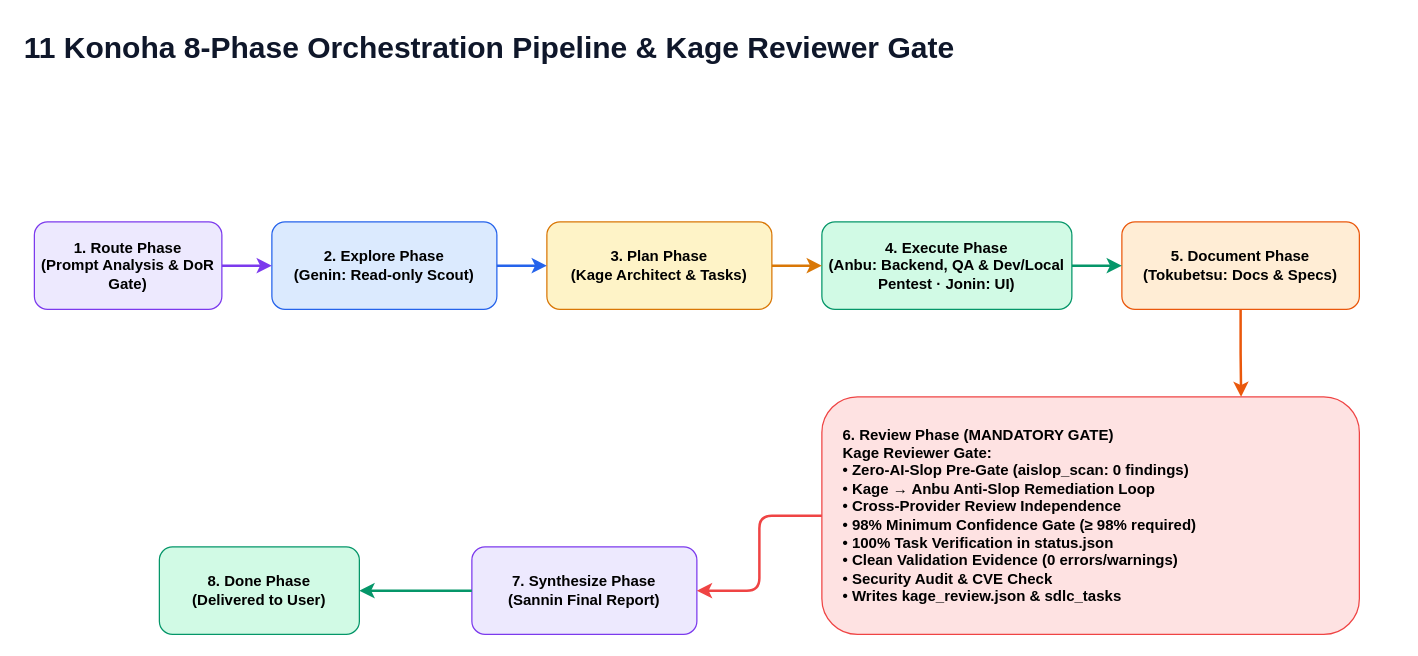
andycungkrinx91/konoha keeps this draw.io diagram as page "11 Kage Pre-Delivery Reviewer Workflow Gate" (11 of 15) of docs/diagrams/konoha-architecture.drawio. Above is the earlier version. Source tidied: cells renumbered, new cells numbered last; positions are measured from the earlier drawing's top-left corner, leaving out a move shared by most shapes. Both pictures are drawn from the tidied source at 125%, with x=0, y=0 at pixel (21, 21).
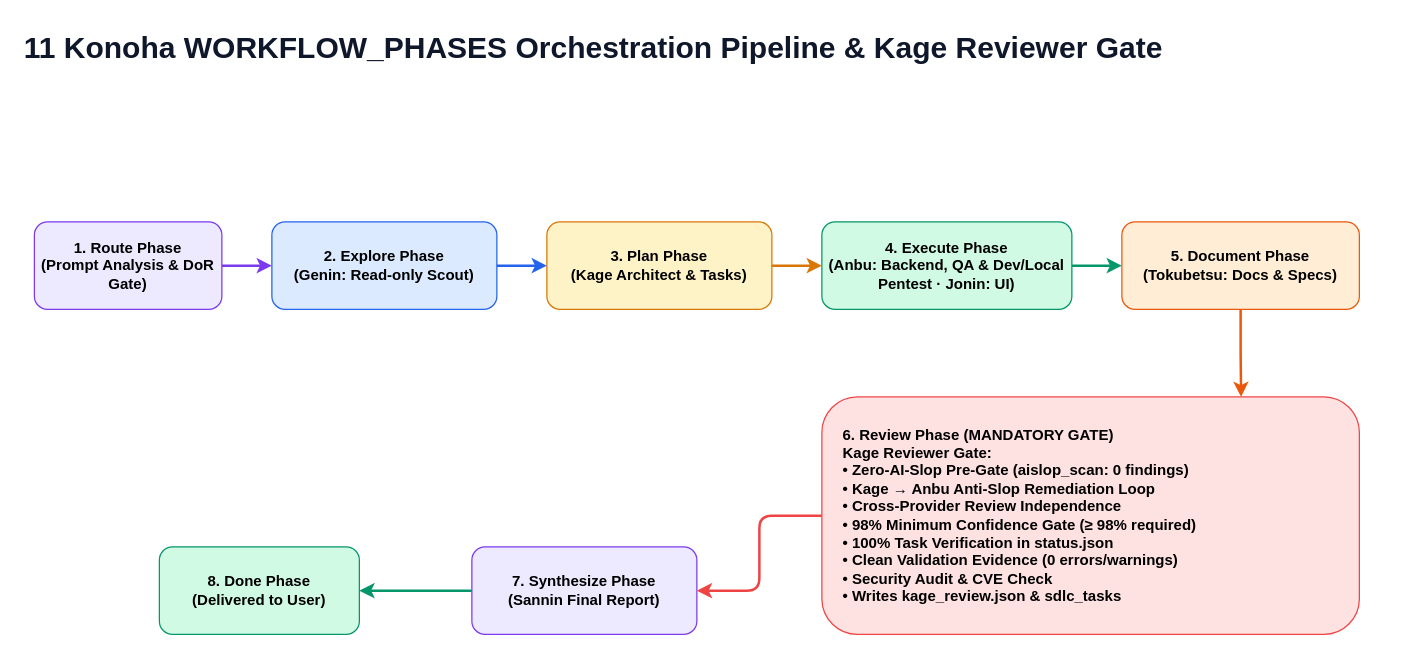
The same page after the edit.

Change to the diagram source:
```diff
@@
 <mxGraphModel>
   <root>
     <mxCell id="0" />
     <mxCell id="1" parent="0" />
-    <mxCell id="2" value="11 Konoha 8-Phase Orchestration Pipeline &amp; Kage Reviewer Gate" style="text;html=1;strokeColor=none;fillColor=none;fontColor=#0f172a;fontSize=24;fontStyle=1;align=left;" parent="1" vertex="1">
+    <mxCell id="2" value="11 Konoha WORKFLOW_PHASES Orchestration Pipeline &amp; Kage Reviewer Gate" style="text;html=1;strokeColor=none;fillColor=none;fontColor=#0f172a;fontSize=24;fontStyle=1;align=left;" parent="1" vertex="1">
       <mxGeometry width="1100" height="40" as="geometry" />
     </mxCell>
     <mxCell id="3" value="1. Route Phase&#10;(Prompt Analysis &amp; DoR Gate)" style="rounded=1;html=1;whiteSpace=wrap;fillColor=#ede9fe;strokeColor=#7c3aed;fontStyle=1;align=center;" parent="1" vertex="1">
       <mxGeometry x="10" y="160" width="150" height="70" as="geometry" />
     </mxCell>
     <mxCell id="4" value="2. Explore Phase&#10;(Genin: Read-only Scout)" style="rounded=1;html=1;whiteSpace=wrap;fillColor=#dbeafe;strokeColor=#2563eb;fontStyle=1;align=center;" parent="1" vertex="1">
       <mxGeometry x="200" y="160" width="180" height="70" as="geometry" />
     </mxCell>
     <mxCell id="5" value="3. Plan Phase&#10;(Kage Architect &amp; Tasks)" style="rounded=1;html=1;whiteSpace=wrap;fillColor=#fef3c7;strokeColor=#d97706;fontStyle=1;align=center;" parent="1" vertex="1">
       <mxGeometry x="420" y="160" width="180" height="70" as="geometry" />
     </mxCell>
     <mxCell id="6" value="4. Execute Phase&#10;(Anbu: Backend, QA &amp; Dev/Local Pentest · Jonin: UI)" style="rounded=1;html=1;whiteSpace=wrap;fillColor=#d1fae5;strokeColor=#059669;fontStyle=1;align=center;" parent="1" vertex="1">
       <mxGeometry x="640" y="160" width="200" height="70" as="geometry" />
     </mxCell>
     <mxCell id="7" value="5. Document Phase&#10;(Tokubetsu: Docs &amp; Specs)" style="rounded=1;html=1;whiteSpace=wrap;fillColor=#ffedd5;strokeColor=#ea580c;fontStyle=1;align=center;" parent="1" vertex="1">
       <mxGeometry x="880" y="160" width="190" height="70" as="geometry" />
     </mxCell>
     <mxCell id="8" value="6. Review Phase (MANDATORY GATE)&#10;Kage Reviewer Gate:&#10;• Zero-AI-Slop Pre-Gate (aislop_scan: 0 findings)&#10;• Kage → Anbu Anti-Slop Remediation Loop&#10;• Cross-Provider Review Independence&#10;• 98% Minimum Confidence Gate (≥ 98% required)&#10;• 100% Task Verification in status.json&#10;• Clean Validation Evidence (0 errors/warnings)&#10;• Security Audit &amp; CVE Check&#10;• Writes kage_review.json &amp; sdlc_tasks" style="rounded=1;html=1;whiteSpace=wrap;fillColor=#fee2e2;strokeColor=#ef4444;fontStyle=1;align=left;spacingLeft=15;" parent="1" vertex="1">
       <mxGeometry x="640" y="300" width="430" height="190" as="geometry" />
     </mxCell>
     <mxCell id="9" value="7. Synthesize Phase&#10;(Sannin Final Report)" style="rounded=1;html=1;whiteSpace=wrap;fillColor=#ede9fe;strokeColor=#7c3aed;fontStyle=1;align=center;" parent="1" vertex="1">
       <mxGeometry x="360" y="420" width="180" height="70" as="geometry" />
     </mxCell>
     <mxCell id="10" value="8. Done Phase&#10;(Delivered to User)" style="rounded=1;html=1;whiteSpace=wrap;fillColor=#d1fae5;strokeColor=#059669;fontStyle=1;align=center;" parent="1" vertex="1">
       <mxGeometry x="110" y="420" width="160" height="70" as="geometry" />
     </mxCell>
     <mxCell id="11" style="edgeStyle=orthogonalEdgeStyle;rounded=0;html=1;strokeColor=#7c3aed;strokeWidth=2;" parent="1" edge="1" source="3" target="4">
       <mxGeometry relative="1" as="geometry" />
     </mxCell>
     <mxCell id="12" style="edgeStyle=orthogonalEdgeStyle;rounded=0;html=1;strokeColor=#2563eb;strokeWidth=2;" parent="1" edge="1" source="4" target="5">
       <mxGeometry relative="1" as="geometry" />
     </mxCell>
     <mxCell id="13" style="edgeStyle=orthogonalEdgeStyle;rounded=0;html=1;strokeColor=#d97706;strokeWidth=2;" parent="1" edge="1" source="5" target="6">
       <mxGeometry relative="1" as="geometry" />
     </mxCell>
     <mxCell id="14" style="edgeStyle=orthogonalEdgeStyle;rounded=0;html=1;strokeColor=#059669;strokeWidth=2;exitX=1;exitY=0.5;exitDx=0;exitDy=0;entryX=0;entryY=0.5;entryDx=0;entryDy=0;" parent="1" edge="1" source="6" target="7">
       <mxGeometry relative="1" as="geometry" />
     </mxCell>
     <mxCell id="15" style="edgeStyle=orthogonalEdgeStyle;rounded=0;html=1;strokeColor=#ea580c;strokeWidth=2;exitX=0.5;exitY=1;exitDx=0;exitDy=0;entryX=0.78;entryY=0;entryDx=0;entryDy=0;" parent="1" edge="1" source="7" target="8">
       <mxGeometry relative="1" as="geometry" />
     </mxCell>
     <mxCell id="16" style="edgeStyle=orthogonalEdgeStyle;rounded=1;html=1;strokeColor=#ef4444;strokeWidth=2;curved=0;" parent="1" edge="1" source="8" target="9">
       <mxGeometry relative="1" as="geometry" />
     </mxCell>
     <mxCell id="17" style="edgeStyle=orthogonalEdgeStyle;rounded=0;html=1;strokeColor=#059669;strokeWidth=2;" parent="1" edge="1" source="9" target="10">
       <mxGeometry relative="1" as="geometry" />
     </mxCell>
   </root>
 </mxGraphModel>
```
